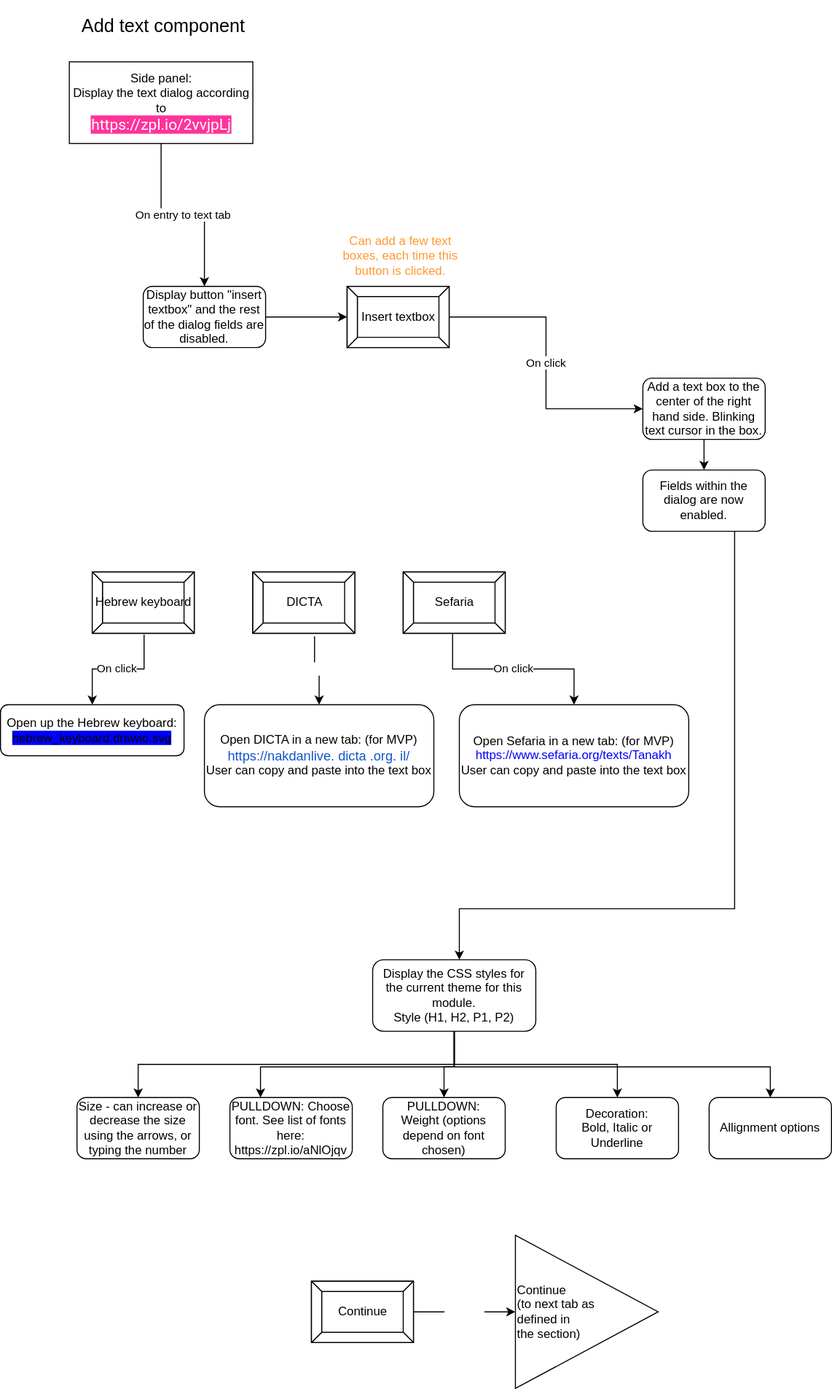
This is modules/components/add-text.drawio.svg from ji-devs/ji-cloud-flowcharts, a draw.io export, as it was before one commit. Source tidied: cells renumbered, new cells last; positions are measured from the earlier drawing's top-left corner, leaving out a move shared by most shapes.
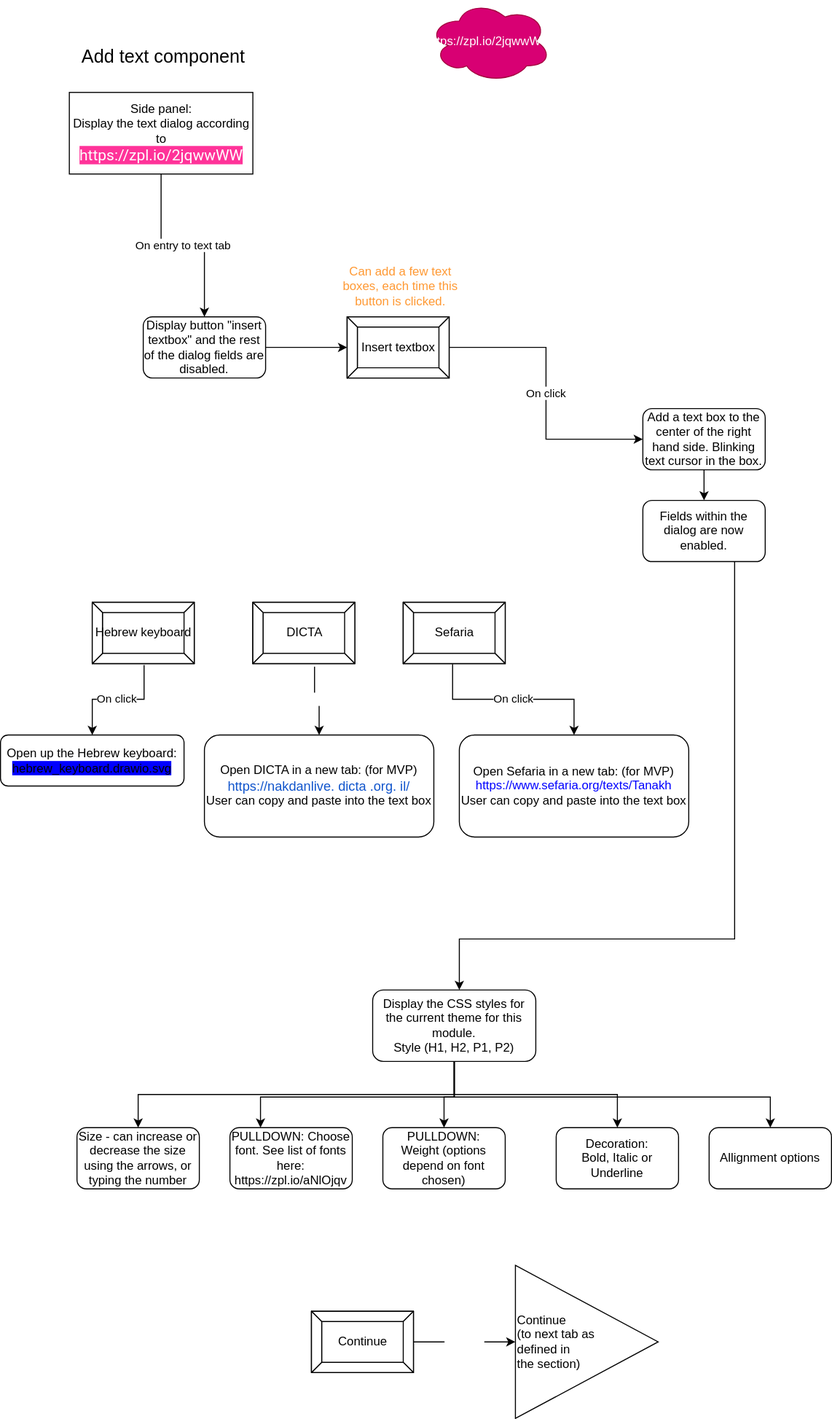
After the commit.

Commit message:
Updated link to latest zeplin for text input (with Insert Textbox button)

Diff of the diagram source:
```diff
@@ -8,7 +8,7 @@
     <mxCell id="3" value="On entry to text tab" style="edgeStyle=orthogonalEdgeStyle;rounded=0;jettySize=auto;html=1;" parent="1" edge="1" source="4" target="19">
       <mxGeometry relative="1" as="geometry" />
     </mxCell>
-    <mxCell id="4" value="Side panel:&lt;br&gt;Display the text dialog according to&amp;nbsp;&lt;br&gt;&lt;font face=&quot;roboto, helvetica, sans-serif&quot; color=&quot;#ffffff&quot;&gt;&lt;span style=&quot;font-size: 15px ; background-color: rgb(255 , 51 , 153)&quot;&gt;https://zpl.io/2vvjpLj&lt;/span&gt;&lt;/font&gt;" style="rounded=0;whiteSpace=wrap;html=1;" parent="1" vertex="1">
+    <mxCell id="4" value="Side panel:&lt;br&gt;Display the text dialog according to&amp;nbsp;&lt;br&gt;&lt;font color=&quot;#ffffff&quot; face=&quot;roboto, helvetica, sans-serif&quot;&gt;&lt;span style=&quot;font-size: 15px ; background-color: rgb(255 , 51 , 153)&quot;&gt;https://zpl.io/2jqwwWW&lt;/span&gt;&lt;/font&gt;" style="rounded=0;whiteSpace=wrap;html=1;" parent="1" vertex="1">
       <mxGeometry x="67.5" y="60" width="180" height="80" as="geometry" />
     </mxCell>
     <mxCell id="5" value="Continue&lt;br&gt;&amp;nbsp;(to next tab as &lt;br&gt;defined in &lt;br&gt;the section)" style="triangle;whiteSpace=wrap;html=1;align=left;" parent="1" vertex="1">
@@ -128,5 +128,8 @@
     <mxCell id="36" value="Can add a few text boxes, each time this button is clicked." style="text;html=1;strokeColor=none;fillColor=none;align=center;verticalAlign=middle;whiteSpace=wrap;rounded=0;fontColor=#FF9933;" parent="1" vertex="1">
       <mxGeometry x="335" y="240" width="115" height="20" as="geometry" />
     </mxCell>
+    <mxCell id="37" value="https://zpl.io/2jqwwWW" style="ellipse;shape=cloud;whiteSpace=wrap;html=1;fillColor=#d80073;strokeColor=#A50040;fontColor=#ffffff;" parent="1" vertex="1">
+      <mxGeometry x="420" y="-30" width="120" height="80" as="geometry" />
+    </mxCell>
   </root>
 </mxGraphModel>
```
